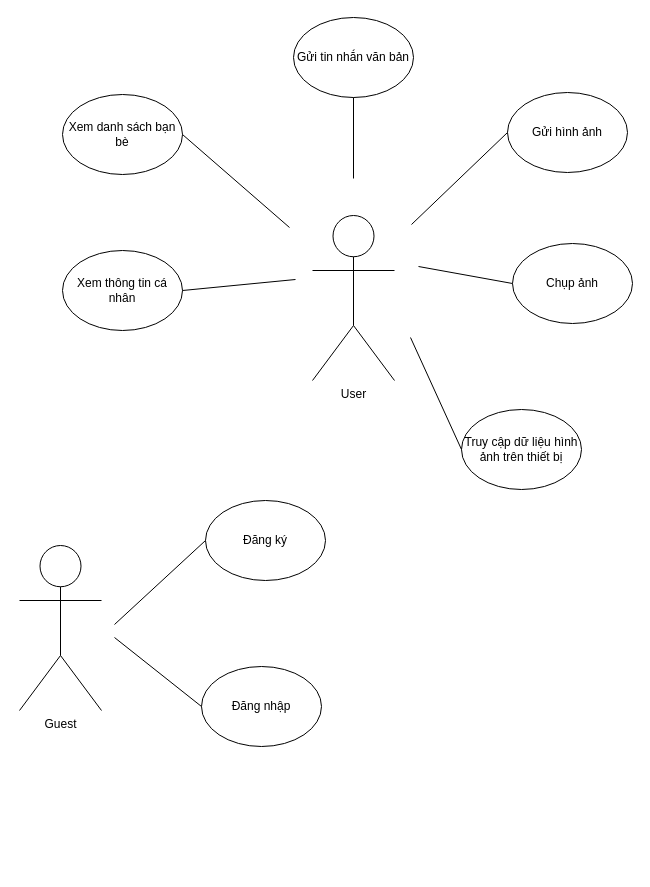
Before: Use case Zalo.drawio in Datvothanh/App_Zalo, a draw.io diagram. Source tidied: cells renumbered, new cells numbered last; positions are measured from the earlier drawing's top-left corner, leaving out a move shared by most shapes. Both pictures are drawn from the tidied source at 100%, with x=0, y=0 at pixel (19, 17).
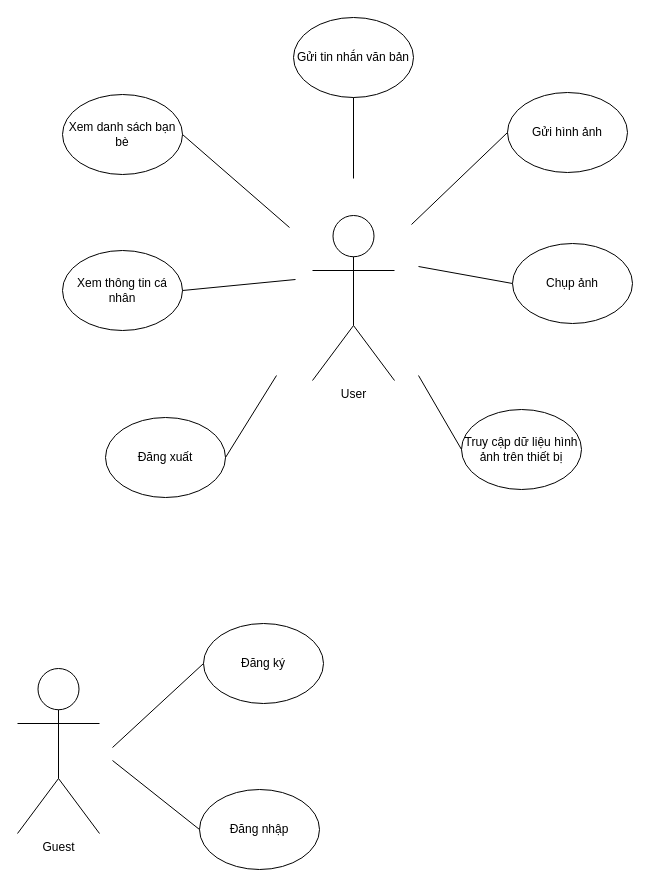
The same page after the edit.

Commit message:
update use case

Unchanged cells that the change refers to:
```xml
<mxCell id="8" value="Truy cập dữ liệu hình ảnh trên thiết bị" style="ellipse;whiteSpace=wrap;html=1;" parent="1" vertex="1">
  <mxGeometry x="442" y="392" width="120" height="80" as="geometry" />
</mxCell>
```

Change to the diagram source:
```diff
@@
     <mxCell id="9" value="Đăng ký" style="ellipse;whiteSpace=wrap;html=1;" parent="1" vertex="1">
-      <mxGeometry x="186" y="483" width="120" height="80" as="geometry" />
+      <mxGeometry x="184" y="606" width="120" height="80" as="geometry" />
     </mxCell>
     <mxCell id="10" value="Đăng nhập" style="ellipse;whiteSpace=wrap;html=1;" parent="1" vertex="1">
-      <mxGeometry x="182" y="649" width="120" height="80" as="geometry" />
+      <mxGeometry x="180" y="772" width="120" height="80" as="geometry" />
     </mxCell>
     <mxCell id="11" value="Guest" style="shape=umlActor;verticalLabelPosition=bottom;verticalAlign=top;html=1;" parent="1" vertex="1">
-      <mxGeometry y="528" width="82" height="165" as="geometry" />
+      <mxGeometry x="-2" y="651" width="82" height="165" as="geometry" />
     </mxCell>
     <mxCell id="12" style="endArrow=none;html=1;rounded=0;exitX=0;exitY=0.5;exitDx=0;exitDy=0;" parent="1" edge="1" source="9">
       <mxGeometry relative="1" as="geometry">
-        <mxPoint x="95" y="607" as="targetPoint" />
+        <mxPoint x="93" y="730" as="targetPoint" />
       </mxGeometry>
     </mxCell>
     <mxCell id="13" style="endArrow=none;html=1;rounded=0;exitX=0;exitY=0.5;exitDx=0;exitDy=0;" parent="1" edge="1" source="10">
       <mxGeometry relative="1" as="geometry">
-        <mxPoint x="95" y="620" as="targetPoint" />
+        <mxPoint x="93" y="743" as="targetPoint" />
       </mxGeometry>
     </mxCell>
@@
     <mxCell id="19" style="endArrow=none;html=1;rounded=0;exitX=0;exitY=0.5;exitDx=0;exitDy=0;" parent="1" edge="1" source="8">
       <mxGeometry relative="1" as="geometry">
-        <mxPoint x="391" y="320" as="targetPoint" />
+        <mxPoint x="399" y="358" as="targetPoint" />
       </mxGeometry>
     </mxCell>
+    <mxCell id="20" value="Đăng xuất" style="ellipse;whiteSpace=wrap;html=1;" parent="1" vertex="1">
+      <mxGeometry x="86" y="400" width="120" height="80" as="geometry" />
+    </mxCell>
+    <mxCell id="21" style="endArrow=none;html=1;rounded=0;exitX=1;exitY=0.5;exitDx=0;exitDy=0;" parent="1" edge="1" source="20">
+      <mxGeometry relative="1" as="geometry">
+        <mxPoint x="257" y="358" as="targetPoint" />
+      </mxGeometry>
+    </mxCell>
```
